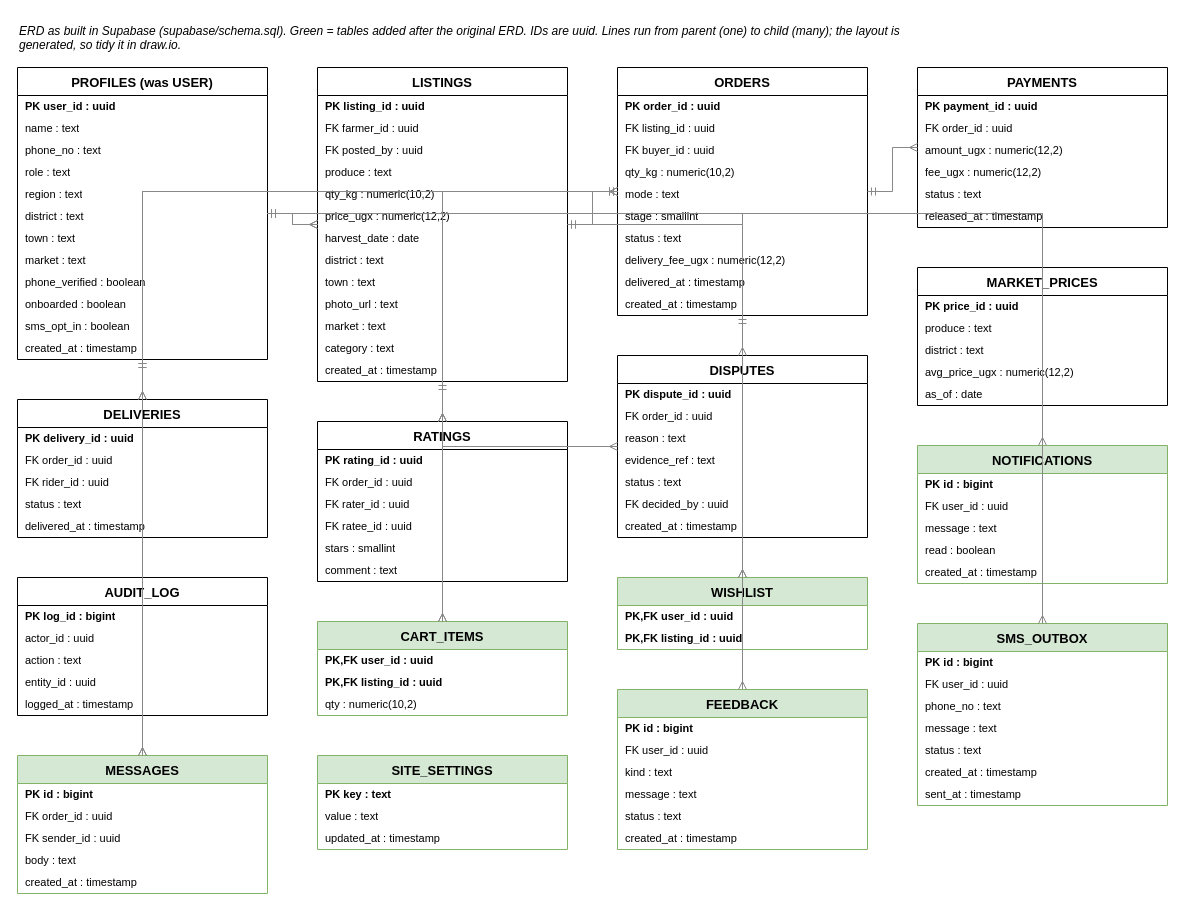
Before: page "ERD (as built)" (7 of 7) of docs/LIMA_DESIGNS.drawio in RonnieG16/Lima-app, a draw.io diagram. Source tidied: cells renumbered, new cells numbered last; positions are measured from the earlier drawing's top-left corner, leaving out a move shared by most shapes. Both pictures are drawn from the tidied source at 100%, with x=0, y=0 at pixel (17, 17).
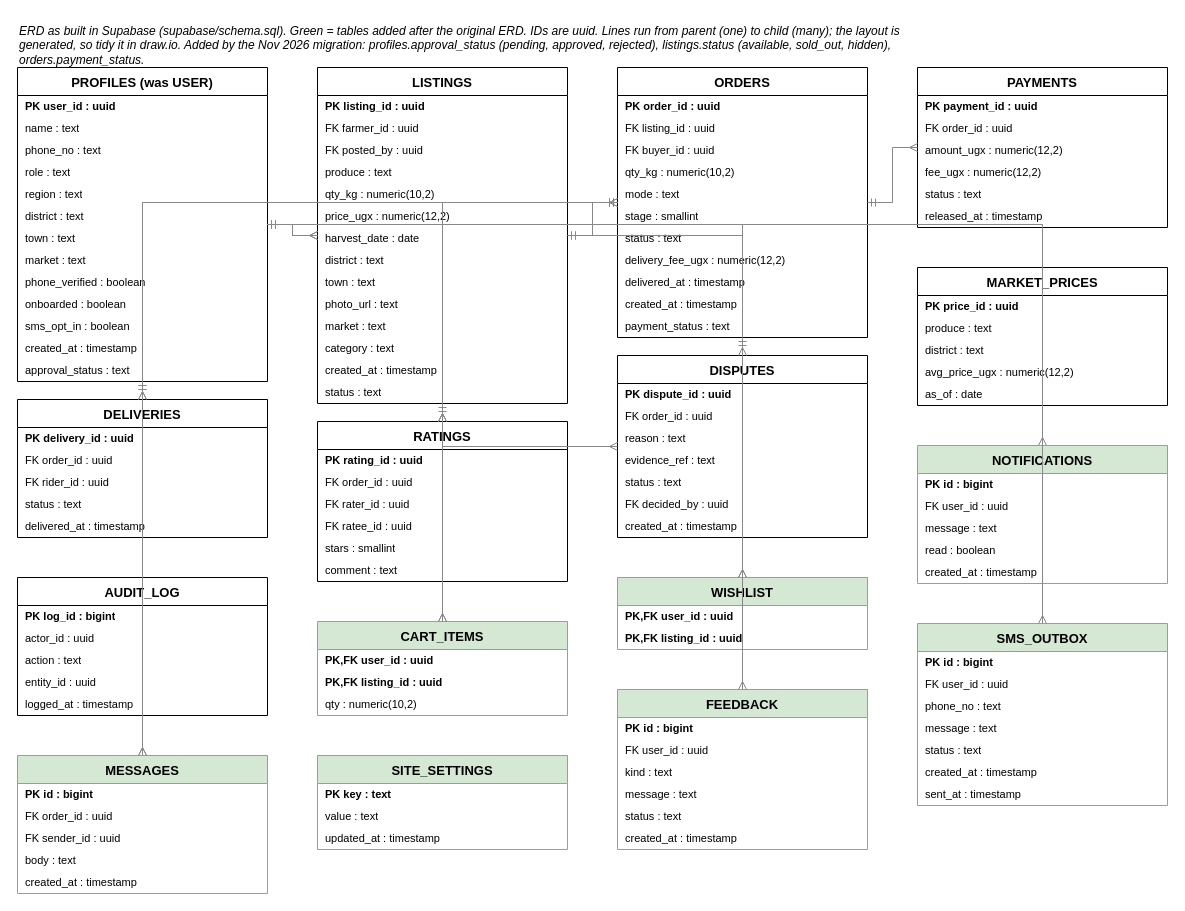
The same page after the edit.

What changed in the source:
```diff
@@
     <mxCell id="2" value="PROFILES (was USER)" style="swimlane;fontStyle=1;horizontal=1;startSize=28;fontSize=13;swimlaneFillColor=#ffffff;" parent="1" vertex="1">
-      <mxGeometry y="50" width="250" height="292" as="geometry" />
+      <mxGeometry y="50" width="250" height="314" as="geometry" />
     </mxCell>
@@
     <mxCell id="15" value="LISTINGS" style="swimlane;fontStyle=1;horizontal=1;startSize=28;fontSize=13;swimlaneFillColor=#ffffff;" parent="1" vertex="1">
-      <mxGeometry x="300" y="50" width="250" height="314" as="geometry" />
+      <mxGeometry x="300" y="50" width="250" height="336" as="geometry" />
     </mxCell>
@@
     <mxCell id="29" value="ORDERS" style="swimlane;fontStyle=1;horizontal=1;startSize=28;fontSize=13;swimlaneFillColor=#ffffff;" parent="1" vertex="1">
-      <mxGeometry x="600" y="50" width="250" height="248" as="geometry" />
+      <mxGeometry x="600" y="50" width="250" height="270" as="geometry" />
     </mxCell>
@@
-    <mxCell id="139" value="ERD as built in Supabase (supabase/schema.sql). Green = tables added after the original ERD. IDs are uuid. Lines run from parent (one) to child (many); the layout is generated, so tidy it in draw.io." style="text;html=1;whiteSpace=wrap;fontSize=12;fontStyle=2;" parent="1" vertex="1">
+    <mxCell id="139" value="ERD as built in Supabase (supabase/schema.sql). Green = tables added after the original ERD. IDs are uuid. Lines run from parent (one) to child (many); the layout is generated, so tidy it in draw.io. Added by the Nov 2026 migration: profiles.approval_status (pending, approved, rejected), listings.status (available, sold_out, hidden), orders.payment_status." style="text;html=1;whiteSpace=wrap;fontSize=12;fontStyle=2;" parent="1" vertex="1">
       <mxGeometry width="900" height="40" as="geometry" />
     </mxCell>
+    <mxCell id="140" value="      approval_status : text" style="text;html=1;strokeColor=none;fillColor=none;align=left;verticalAlign=middle;spacingLeft=6;fontSize=11;overflow=hidden;" parent="2" vertex="1">
+      <mxGeometry y="292" width="250" height="22" as="geometry" />
+    </mxCell>
+    <mxCell id="141" value="      status : text" style="text;html=1;strokeColor=none;fillColor=none;align=left;verticalAlign=middle;spacingLeft=6;fontSize=11;overflow=hidden;" parent="15" vertex="1">
+      <mxGeometry y="314" width="250" height="22" as="geometry" />
+    </mxCell>
+    <mxCell id="142" value="      payment_status : text" style="text;html=1;strokeColor=none;fillColor=none;align=left;verticalAlign=middle;spacingLeft=6;fontSize=11;overflow=hidden;" parent="29" vertex="1">
+      <mxGeometry y="248" width="250" height="22" as="geometry" />
+    </mxCell>
```
